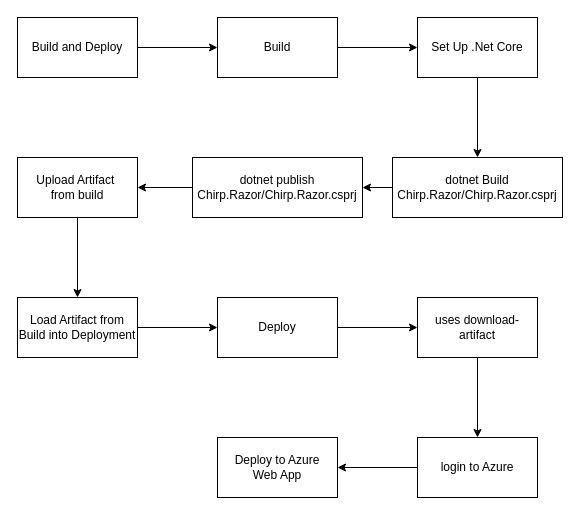
Above: page "Build and deploy workflow" (2 of 4) of docs/diagrams/DomainModel.drawio in ITU-BDSA2024-GROUP29/Chirp (draw.io), before the change. Source tidied: cells renumbered, new cells numbered last; positions are measured from the earlier drawing's top-left corner, leaving out a move shared by most shapes. Both pictures are drawn from the tidied source at 100%, with x=0, y=0 at pixel (17, 17).
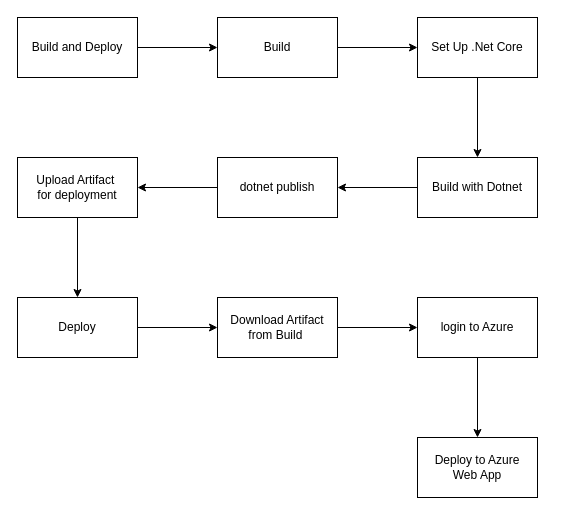
After the change.

Change to the diagram source:
```diff
@@
-    <mxCell id="7" value="dotnet Build Chirp.Razor/Chirp.Razor.csprj" style="whiteSpace=wrap;html=1;rounded=0;" parent="1" vertex="1">
-      <mxGeometry x="375" y="140" width="170" height="60" as="geometry" />
+    <mxCell id="7" value="Build with Dotnet" style="whiteSpace=wrap;html=1;rounded=0;" parent="1" vertex="1">
+      <mxGeometry x="400" y="140" width="120" height="60" as="geometry" />
     </mxCell>
@@
-    <mxCell id="9" value="dotnet publish&lt;br&gt;Chirp.Razor/Chirp.Razor.csprj" style="whiteSpace=wrap;html=1;rounded=0;" parent="1" vertex="1">
-      <mxGeometry x="175" y="140" width="170" height="60" as="geometry" />
+    <mxCell id="9" value="dotnet publish" style="whiteSpace=wrap;html=1;rounded=0;" parent="1" vertex="1">
+      <mxGeometry x="200" y="140" width="120" height="60" as="geometry" />
     </mxCell>
@@
-    <mxCell id="12" style="edgeStyle=none;html=1;" parent="1" edge="1" source="13" target="15">
+    <mxCell id="12" style="edgeStyle=none;html=1;entryX=0;entryY=0.5;entryDx=0;entryDy=0;" parent="1" edge="1" source="13" target="22">
       <mxGeometry relative="1" as="geometry" />
     </mxCell>
     <mxCell id="13" value="Deploy" style="whiteSpace=wrap;html=1;rounded=0;" parent="1" vertex="1">
-      <mxGeometry x="200" y="280" width="120" height="60" as="geometry" />
+      <mxGeometry y="280" width="120" height="60" as="geometry" />
     </mxCell>
-    <mxCell id="14" style="edgeStyle=none;html=1;" parent="1" edge="1" source="15" target="19">
-      <mxGeometry relative="1" as="geometry" />
-    </mxCell>
-    <mxCell id="15" value="uses download-artifact" style="whiteSpace=wrap;html=1;rounded=0;" parent="1" vertex="1">
-      <mxGeometry x="400" y="280" width="120" height="60" as="geometry" />
-    </mxCell>
-    <mxCell id="16" style="edgeStyle=none;html=1;" parent="1" edge="1" source="17" target="22">
+    <mxCell id="16" style="edgeStyle=none;html=1;entryX=0.5;entryY=0;entryDx=0;entryDy=0;" parent="1" edge="1" source="17" target="13">
       <mxGeometry relative="1" as="geometry" />
     </mxCell>
-    <mxCell id="17" value="Upload Artifact&amp;nbsp;&lt;br&gt;from build" style="whiteSpace=wrap;html=1;rounded=0;" parent="1" vertex="1">
+    <mxCell id="17" value="Upload Artifact&amp;nbsp;&lt;br&gt;for deployment" style="whiteSpace=wrap;html=1;rounded=0;" parent="1" vertex="1">
       <mxGeometry y="140" width="120" height="60" as="geometry" />
     </mxCell>
@@
+    <mxCell id="23" style="edgeStyle=none;html=1;exitX=0;exitY=0.5;exitDx=0;exitDy=0;" parent="1" edge="1" source="19">
+      <mxGeometry relative="1" as="geometry">
+        <mxPoint x="400" y="310" as="targetPoint" />
+      </mxGeometry>
+    </mxCell>
     <mxCell id="19" value="login to Azure" style="whiteSpace=wrap;html=1;rounded=0;" parent="1" vertex="1">
-      <mxGeometry x="400" y="420" width="120" height="60" as="geometry" />
+      <mxGeometry x="400" y="280" width="120" height="60" as="geometry" />
     </mxCell>
     <mxCell id="20" value="Deploy to Azure &lt;br&gt;Web App" style="whiteSpace=wrap;html=1;rounded=0;" parent="1" vertex="1">
-      <mxGeometry x="200" y="420" width="120" height="60" as="geometry" />
+      <mxGeometry x="400" y="420" width="120" height="60" as="geometry" />
     </mxCell>
-    <mxCell id="21" style="edgeStyle=none;html=1;exitX=1;exitY=0.5;exitDx=0;exitDy=0;entryX=0;entryY=0.5;entryDx=0;entryDy=0;" parent="1" edge="1" source="22" target="13">
-      <mxGeometry relative="1" as="geometry" />
+    <mxCell id="21" style="edgeStyle=none;html=1;exitX=1;exitY=0.5;exitDx=0;exitDy=0;entryX=0;entryY=0.5;entryDx=0;entryDy=0;" parent="1" edge="1" source="22">
+      <mxGeometry relative="1" as="geometry">
+        <mxPoint x="400" y="310" as="targetPoint" />
+      </mxGeometry>
     </mxCell>
-    <mxCell id="22" value="Load Artifact from Build into Deployment" style="whiteSpace=wrap;html=1;rounded=0;" parent="1" vertex="1">
-      <mxGeometry y="280" width="120" height="60" as="geometry" />
+    <mxCell id="22" value="Download Artifact &lt;br&gt;from Build&amp;nbsp;" style="whiteSpace=wrap;html=1;rounded=0;" parent="1" vertex="1">
+      <mxGeometry x="200" y="280" width="120" height="60" as="geometry" />
     </mxCell>
```
